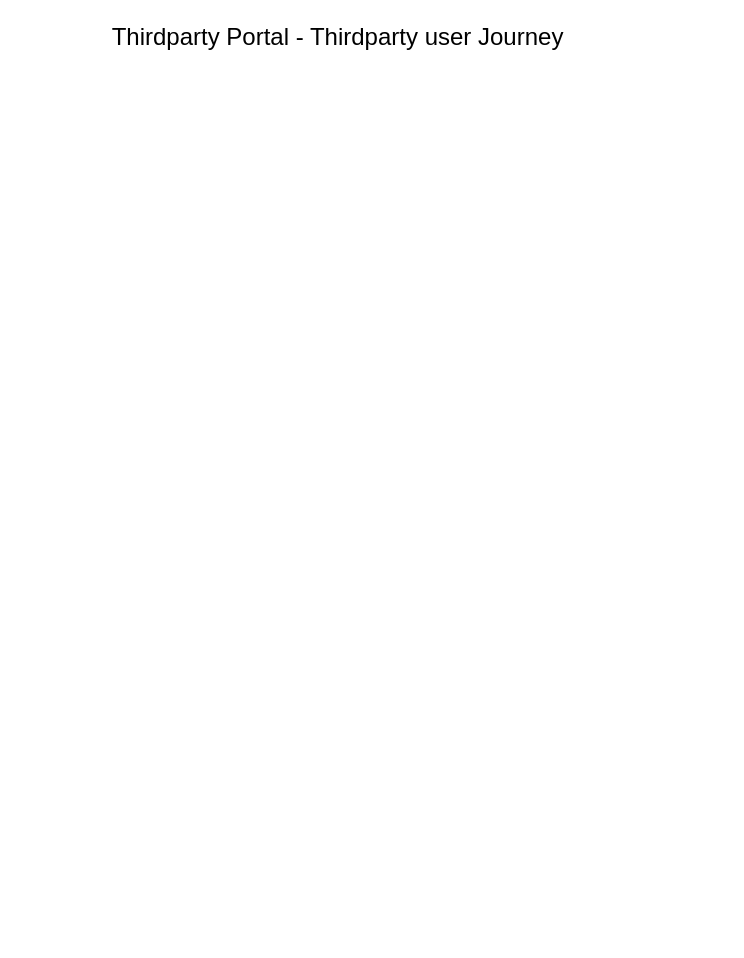
SifisoMzansi/architecture-diagrams keeps this draw.io diagram as Thirdpaty Portal.drawio. Above is the earlier version. Source tidied: cells renumbered, new cells numbered last; positions are measured from the earlier drawing's top-left corner, leaving out a move shared by most shapes. Both pictures are drawn from the tidied source at 100%, with x=0, y=0 at pixel (97, 17).
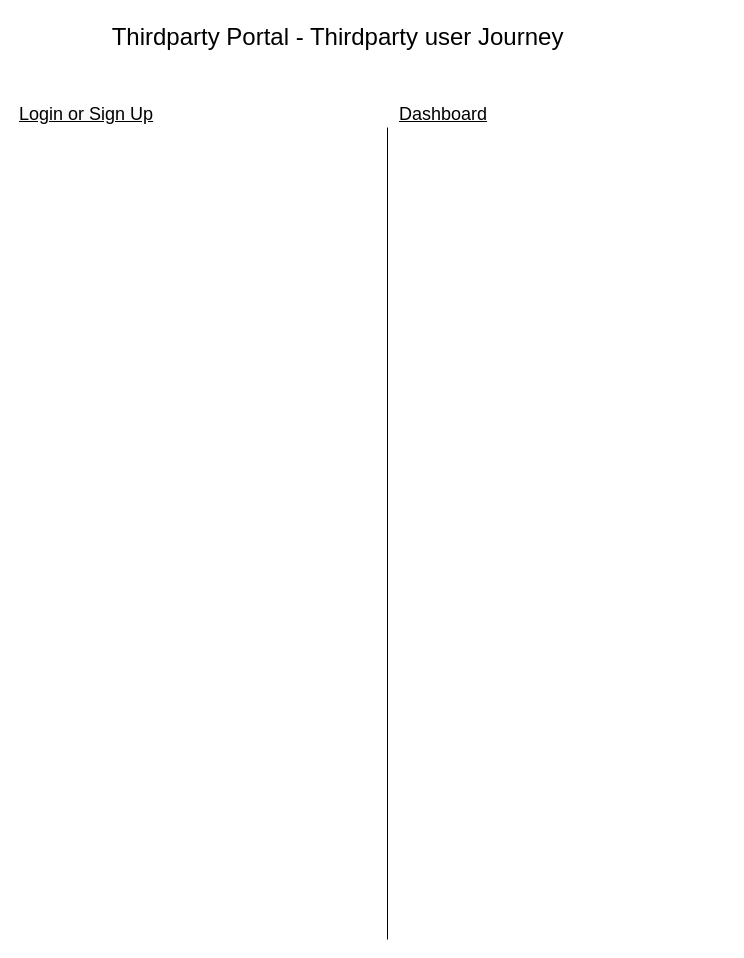
The same diagram, later.

What changed in the source:
```diff
@@
 <mxGraphModel>
   <root>
     <mxCell id="0" />
     <mxCell id="1" parent="0" />
     <mxCell id="2" value="&lt;font style=&quot;font-size: 24px;&quot;&gt;Thirdparty Portal - Thirdparty user Journey&lt;/font&gt;" style="text;html=1;align=center;verticalAlign=middle;strokeColor=none;fillColor=none;" parent="1" vertex="1">
       <mxGeometry width="480" height="40" as="geometry" />
     </mxCell>
+    <mxCell id="3" value="&lt;span style=&quot;color: rgb(0, 0, 0); font-family: Helvetica; font-style: normal; font-variant-ligatures: normal; font-variant-caps: normal; font-weight: 400; letter-spacing: normal; orphans: 2; text-align: center; text-indent: 0px; text-transform: none; widows: 2; word-spacing: 0px; -webkit-text-stroke-width: 0px; white-space: normal; background-color: rgb(251, 251, 251); text-decoration-thickness: initial; text-decoration-style: initial; text-decoration-color: initial; float: none; display: inline !important;&quot;&gt;&lt;font style=&quot;font-size: 18px;&quot;&gt;&lt;u&gt;Login or Sign Up&lt;/u&gt;&lt;/font&gt;&lt;/span&gt;" style="text;whiteSpace=wrap;html=1;" parent="1" vertex="1">
+      <mxGeometry x="-80" y="80" width="330" height="40" as="geometry" />
+    </mxCell>
+    <mxCell id="4" value="&lt;div style=&quot;text-align: center;&quot;&gt;&lt;span style=&quot;background-color: initial;&quot;&gt;&lt;font style=&quot;font-size: 18px;&quot;&gt;&lt;u&gt;Dashboard&lt;/u&gt;&lt;/font&gt;&lt;/span&gt;&lt;/div&gt;" style="text;whiteSpace=wrap;html=1;" parent="1" vertex="1">
+      <mxGeometry x="300" y="80" width="330" height="40" as="geometry" />
+    </mxCell>
+    <mxCell id="5" style="endArrow=none;html=1;rounded=0;" parent="1" edge="1">
+      <mxGeometry relative="1" as="geometry">
+        <mxPoint x="290" y="922" as="sourcePoint" />
+        <mxPoint x="290" y="110" as="targetPoint" />
+      </mxGeometry>
+    </mxCell>
   </root>
 </mxGraphModel>
```
